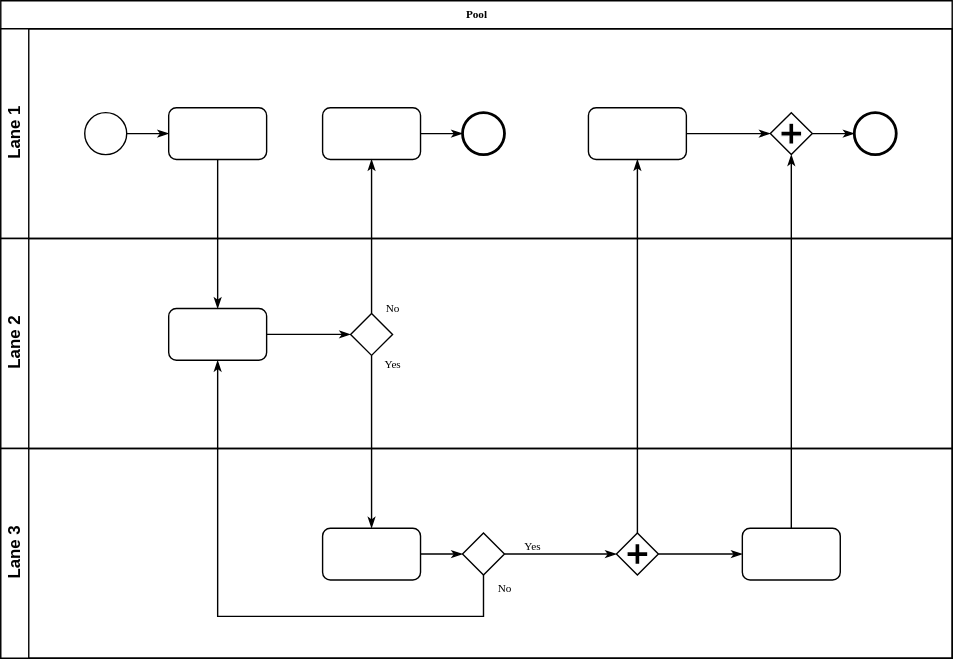
Earlier version of the draw.io export 2022.2/smart_bangle/smart-bangle_ea075.drawio.svg (vm-bertini/ea075-2023.1). Source tidied: cells renumbered, new cells last; positions are measured from the earlier drawing's top-left corner, leaving out a move shared by most shapes. The source it was exported from:
```xml
<mxGraphModel>
  <root>
    <mxCell id="0" />
    <mxCell id="1" parent="0" />
    <mxCell id="2" value="Pool" style="swimlane;html=1;horizontal=1;startSize=20;rounded=0;shadow=0;labelBackgroundColor=none;strokeWidth=1;fontFamily=Verdana;fontSize=8;align=center;" parent="1" vertex="1">
      <mxGeometry width="680" height="470" as="geometry" />
    </mxCell>
    <mxCell id="3" value="Lane 1" style="swimlane;html=1;startSize=20;horizontal=0;" parent="2" vertex="1">
      <mxGeometry y="20" width="680" height="150" as="geometry" />
    </mxCell>
    <mxCell id="4" style="edgeStyle=orthogonalEdgeStyle;rounded=0;html=1;labelBackgroundColor=none;startArrow=none;startFill=0;startSize=5;endArrow=classicThin;endFill=1;endSize=5;jettySize=auto;strokeWidth=1;fontFamily=Verdana;fontSize=8;" parent="3" edge="1" source="5" target="6">
      <mxGeometry relative="1" as="geometry" />
    </mxCell>
    <mxCell id="5" style="ellipse;whiteSpace=wrap;html=1;rounded=0;shadow=0;labelBackgroundColor=none;strokeWidth=1;fontFamily=Verdana;fontSize=8;align=center;" parent="3" vertex="1">
      <mxGeometry x="60" y="60" width="30" height="30" as="geometry" />
    </mxCell>
    <mxCell id="6" style="rounded=1;whiteSpace=wrap;html=1;shadow=0;labelBackgroundColor=none;strokeWidth=1;fontFamily=Verdana;fontSize=8;align=center;" parent="3" vertex="1">
      <mxGeometry x="120" y="56.5" width="70" height="37" as="geometry" />
    </mxCell>
    <mxCell id="7" style="edgeStyle=orthogonalEdgeStyle;rounded=0;html=1;labelBackgroundColor=none;startArrow=none;startFill=0;startSize=5;endArrow=classicThin;endFill=1;endSize=5;jettySize=auto;strokeWidth=1;fontFamily=Verdana;fontSize=8;" parent="3" edge="1" source="8" target="9">
      <mxGeometry relative="1" as="geometry" />
    </mxCell>
    <mxCell id="8" style="rounded=1;whiteSpace=wrap;html=1;shadow=0;labelBackgroundColor=none;strokeWidth=1;fontFamily=Verdana;fontSize=8;align=center;" parent="3" vertex="1">
      <mxGeometry x="230" y="56.5" width="70" height="37" as="geometry" />
    </mxCell>
    <mxCell id="9" style="ellipse;whiteSpace=wrap;html=1;rounded=0;shadow=0;labelBackgroundColor=none;strokeWidth=2;fontFamily=Verdana;fontSize=8;align=center;" parent="3" vertex="1">
      <mxGeometry x="330" y="60" width="30" height="30" as="geometry" />
    </mxCell>
    <mxCell id="10" style="edgeStyle=orthogonalEdgeStyle;rounded=0;html=1;entryX=0;entryY=0.5;labelBackgroundColor=none;startArrow=none;startFill=0;startSize=5;endArrow=classicThin;endFill=1;endSize=5;jettySize=auto;strokeWidth=1;fontFamily=Verdana;fontSize=8;" parent="3" edge="1" source="11" target="13">
      <mxGeometry relative="1" as="geometry" />
    </mxCell>
    <mxCell id="11" style="rounded=1;whiteSpace=wrap;html=1;shadow=0;labelBackgroundColor=none;strokeWidth=1;fontFamily=Verdana;fontSize=8;align=center;" parent="3" vertex="1">
      <mxGeometry x="420" y="56.5" width="70" height="37" as="geometry" />
    </mxCell>
    <mxCell id="12" style="edgeStyle=orthogonalEdgeStyle;rounded=0;html=1;labelBackgroundColor=none;startArrow=none;startFill=0;startSize=5;endArrow=classicThin;endFill=1;endSize=5;jettySize=auto;strokeWidth=1;fontFamily=Verdana;fontSize=8;" parent="3" edge="1" source="13" target="14">
      <mxGeometry relative="1" as="geometry" />
    </mxCell>
    <mxCell id="13" style="shape=mxgraph.bpmn.shape;html=1;verticalLabelPosition=bottom;labelBackgroundColor=#ffffff;verticalAlign=top;perimeter=rhombusPerimeter;background=gateway;outline=none;symbol=parallelGw;rounded=1;shadow=0;strokeWidth=1;fontFamily=Verdana;fontSize=8;align=center;" parent="3" vertex="1">
      <mxGeometry x="550" y="60" width="30" height="30" as="geometry" />
    </mxCell>
    <mxCell id="14" style="ellipse;whiteSpace=wrap;html=1;rounded=0;shadow=0;labelBackgroundColor=none;strokeWidth=2;fontFamily=Verdana;fontSize=8;align=center;" parent="3" vertex="1">
      <mxGeometry x="610" y="60" width="30" height="30" as="geometry" />
    </mxCell>
    <mxCell id="15" value="Lane 2" style="swimlane;html=1;startSize=20;horizontal=0;" parent="2" vertex="1">
      <mxGeometry y="170" width="680" height="150" as="geometry" />
    </mxCell>
    <mxCell id="16" style="edgeStyle=orthogonalEdgeStyle;rounded=0;html=1;labelBackgroundColor=none;startArrow=none;startFill=0;startSize=5;endArrow=classicThin;endFill=1;endSize=5;jettySize=auto;strokeWidth=1;fontFamily=Verdana;fontSize=8;" parent="15" edge="1" source="17" target="18">
      <mxGeometry relative="1" as="geometry" />
    </mxCell>
    <mxCell id="17" style="rounded=1;whiteSpace=wrap;html=1;shadow=0;labelBackgroundColor=none;strokeWidth=1;fontFamily=Verdana;fontSize=8;align=center;" parent="15" vertex="1">
      <mxGeometry x="120" y="50" width="70" height="37" as="geometry" />
    </mxCell>
    <mxCell id="18" style="strokeWidth=1;html=1;shape=mxgraph.flowchart.decision;whiteSpace=wrap;rounded=1;shadow=0;labelBackgroundColor=none;fontFamily=Verdana;fontSize=8;align=center;" parent="15" vertex="1">
      <mxGeometry x="250" y="53.5" width="30" height="30" as="geometry" />
    </mxCell>
    <mxCell id="19" value="Lane 3" style="swimlane;html=1;startSize=20;horizontal=0;" parent="2" vertex="1">
      <mxGeometry y="320" width="680" height="150" as="geometry" />
    </mxCell>
    <mxCell id="20" style="edgeStyle=orthogonalEdgeStyle;rounded=0;html=1;labelBackgroundColor=none;startArrow=none;startFill=0;startSize=5;endArrow=classicThin;endFill=1;endSize=5;jettySize=auto;strokeWidth=1;fontFamily=Verdana;fontSize=8;" parent="19" edge="1" source="21" target="23">
      <mxGeometry relative="1" as="geometry" />
    </mxCell>
    <mxCell id="21" style="rounded=1;whiteSpace=wrap;html=1;shadow=0;labelBackgroundColor=none;strokeWidth=1;fontFamily=Verdana;fontSize=8;align=center;" parent="19" vertex="1">
      <mxGeometry x="230" y="57" width="70" height="37" as="geometry" />
    </mxCell>
    <mxCell id="22" value="Yes" style="edgeStyle=orthogonalEdgeStyle;rounded=0;html=1;entryX=0;entryY=0.5;labelBackgroundColor=none;startArrow=none;startFill=0;startSize=5;endArrow=classicThin;endFill=1;endSize=5;jettySize=auto;strokeWidth=1;fontFamily=Verdana;fontSize=8;" parent="19" edge="1" source="23" target="25">
      <mxGeometry x="-0.5" y="6" relative="1" as="geometry" />
    </mxCell>
    <mxCell id="23" style="strokeWidth=1;html=1;shape=mxgraph.flowchart.decision;whiteSpace=wrap;rounded=1;shadow=0;labelBackgroundColor=none;fontFamily=Verdana;fontSize=8;align=center;" parent="19" vertex="1">
      <mxGeometry x="330" y="60.5" width="30" height="30" as="geometry" />
    </mxCell>
    <mxCell id="24" style="edgeStyle=orthogonalEdgeStyle;rounded=0;html=1;labelBackgroundColor=none;startArrow=none;startFill=0;startSize=5;endArrow=classicThin;endFill=1;endSize=5;jettySize=auto;strokeColor=#000000;strokeWidth=1;fontFamily=Verdana;fontSize=8;fontColor=#000000;" parent="19" edge="1" source="25" target="26">
      <mxGeometry relative="1" as="geometry" />
    </mxCell>
    <mxCell id="25" style="shape=mxgraph.bpmn.shape;html=1;verticalLabelPosition=bottom;labelBackgroundColor=#ffffff;verticalAlign=top;perimeter=rhombusPerimeter;background=gateway;outline=none;symbol=parallelGw;rounded=1;shadow=0;strokeWidth=1;fontFamily=Verdana;fontSize=8;align=center;" parent="19" vertex="1">
      <mxGeometry x="440" y="60.5" width="30" height="30" as="geometry" />
    </mxCell>
    <mxCell id="26" style="rounded=1;whiteSpace=wrap;html=1;shadow=0;labelBackgroundColor=none;strokeWidth=1;fontFamily=Verdana;fontSize=8;align=center;" parent="19" vertex="1">
      <mxGeometry x="530" y="57" width="70" height="37" as="geometry" />
    </mxCell>
    <mxCell id="27" style="edgeStyle=orthogonalEdgeStyle;rounded=0;html=1;labelBackgroundColor=none;startArrow=none;startFill=0;startSize=5;endArrow=classicThin;endFill=1;endSize=5;jettySize=auto;strokeWidth=1;fontFamily=Verdana;fontSize=8;" parent="2" edge="1" source="6" target="17">
      <mxGeometry relative="1" as="geometry" />
    </mxCell>
    <mxCell id="28" value="No" style="edgeStyle=orthogonalEdgeStyle;rounded=0;html=1;labelBackgroundColor=none;startArrow=none;startFill=0;startSize=5;endArrow=classicThin;endFill=1;endSize=5;jettySize=auto;strokeWidth=1;fontFamily=Verdana;fontSize=8;" parent="2" edge="1" source="18" target="8">
      <mxGeometry x="-0.94" y="-15" relative="1" as="geometry" />
    </mxCell>
    <mxCell id="29" value="Yes" style="edgeStyle=orthogonalEdgeStyle;rounded=0;html=1;labelBackgroundColor=none;startArrow=none;startFill=0;startSize=5;endArrow=classicThin;endFill=1;endSize=5;jettySize=auto;strokeWidth=1;fontFamily=Verdana;fontSize=8;" parent="2" edge="1" source="18" target="21">
      <mxGeometry x="-0.89" y="15" relative="1" as="geometry" />
    </mxCell>
    <mxCell id="30" style="edgeStyle=orthogonalEdgeStyle;rounded=0;html=1;entryX=0.5;entryY=1;labelBackgroundColor=none;startArrow=none;startFill=0;startSize=5;endArrow=classicThin;endFill=1;endSize=5;jettySize=auto;strokeWidth=1;fontFamily=Verdana;fontSize=8;" parent="2" edge="1" source="26" target="13">
      <mxGeometry relative="1" as="geometry" />
    </mxCell>
    <mxCell id="31" value="No" style="edgeStyle=orthogonalEdgeStyle;rounded=0;html=1;labelBackgroundColor=none;startArrow=none;startFill=0;startSize=5;endArrow=classicThin;endFill=1;endSize=5;jettySize=auto;strokeWidth=1;fontFamily=Verdana;fontSize=8;" parent="2" edge="1" source="23" target="17">
      <mxGeometry x="-0.95" y="15" relative="1" as="geometry">
        <Array as="points">
          <mxPoint x="345" y="440" />
          <mxPoint x="155" y="440" />
        </Array>
      </mxGeometry>
    </mxCell>
    <mxCell id="32" style="edgeStyle=orthogonalEdgeStyle;rounded=0;html=1;labelBackgroundColor=none;startArrow=none;startFill=0;startSize=5;endArrow=classicThin;endFill=1;endSize=5;jettySize=auto;strokeWidth=1;fontFamily=Verdana;fontSize=8;" parent="2" edge="1" source="25" target="11">
      <mxGeometry relative="1" as="geometry" />
    </mxCell>
  </root>
</mxGraphModel>
```
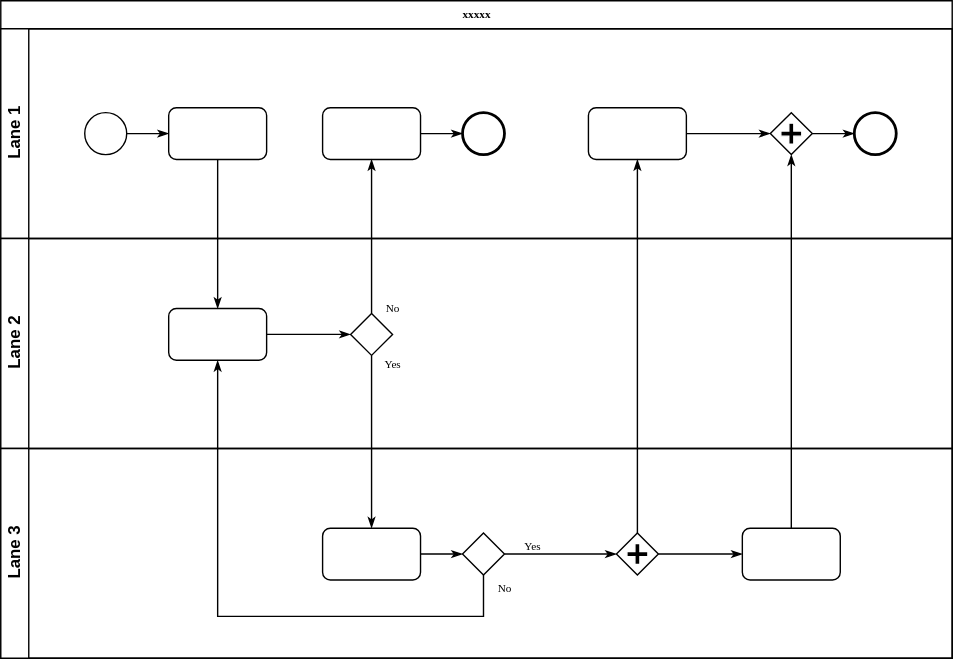
The same diagram one commit later.

What changed in the source:
```diff
@@ -2,7 +2,7 @@
   <root>
     <mxCell id="0" />
     <mxCell id="1" parent="0" />
-    <mxCell id="2" value="Pool" style="swimlane;html=1;horizontal=1;startSize=20;rounded=0;shadow=0;labelBackgroundColor=none;strokeWidth=1;fontFamily=Verdana;fontSize=8;align=center;" parent="1" vertex="1">
+    <mxCell id="2" value="xxxxx" style="swimlane;html=1;horizontal=1;startSize=20;rounded=0;shadow=0;labelBackgroundColor=none;strokeWidth=1;fontFamily=Verdana;fontSize=8;align=center;" parent="1" vertex="1">
       <mxGeometry width="680" height="470" as="geometry" />
     </mxCell>
     <mxCell id="3" value="Lane 1" style="swimlane;html=1;startSize=20;horizontal=0;" parent="2" vertex="1">
```
